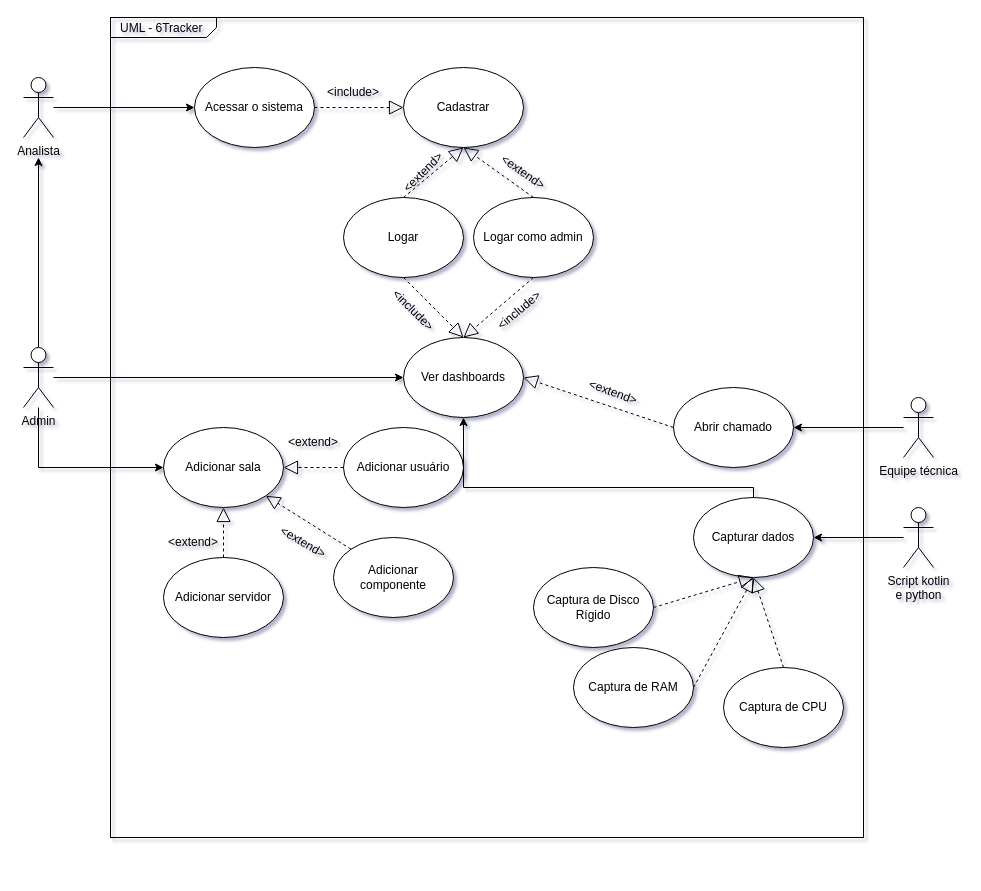
Monitoramento-Dados-Sensiveis/6tracker keeps this draw.io diagram as Site/Documentação/Documentação ALL/UML - 6Tracker.drawio. Above is the earlier version. Source tidied: cells renumbered, new cells numbered last; positions are measured from the earlier drawing's top-left corner, leaving out a move shared by most shapes. Both pictures are drawn from the tidied source at 100%, with x=0, y=0 at pixel (23, 17).
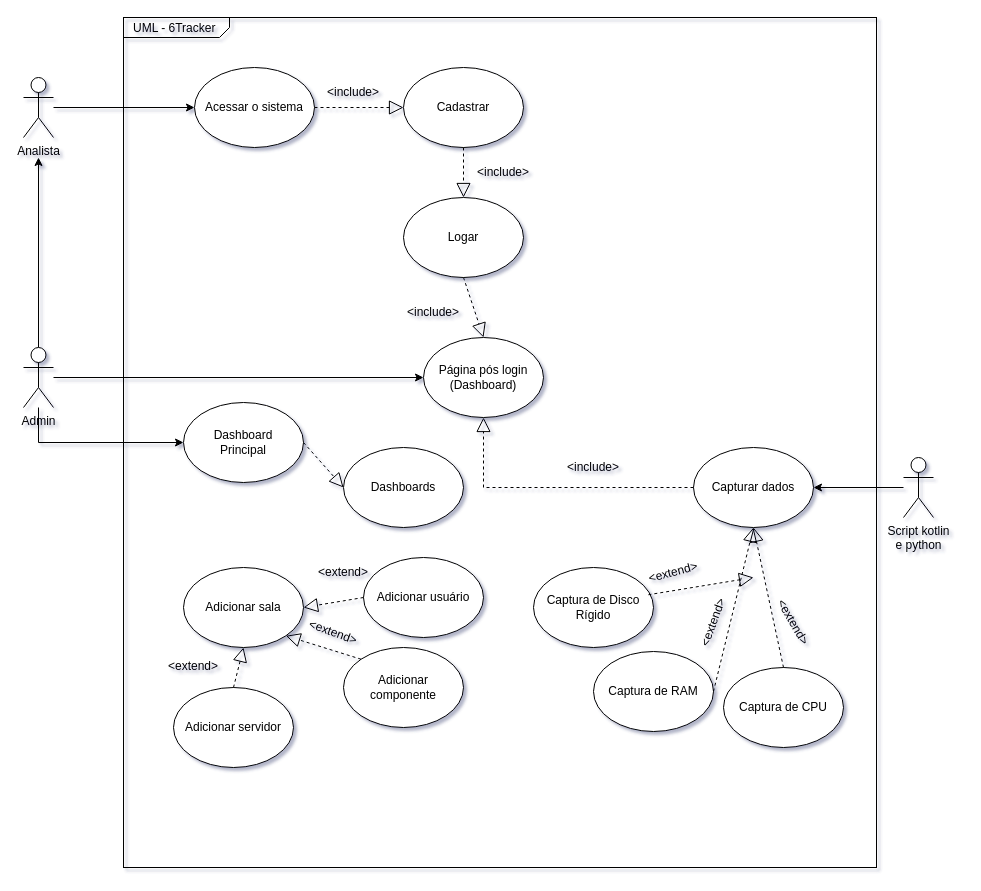
The same page after the edit.

The change refers to these unchanged cells:
```xml
<mxCell id="8" value="Admin" style="shape=umlActor;verticalLabelPosition=bottom;verticalAlign=top;html=1;outlineConnect=0;" parent="1" vertex="1">
  <mxGeometry y="330" width="30" height="60" as="geometry" />
</mxCell>
<mxCell id="10" value="Cadastrar" style="ellipse;whiteSpace=wrap;html=1;" parent="1" vertex="1">
  <mxGeometry x="380" y="50" width="120" height="80" as="geometry" />
</mxCell>
<mxCell id="45" value="Captura de Disco Rígido" style="ellipse;whiteSpace=wrap;html=1;" parent="1" vertex="1">
  <mxGeometry x="510" y="550" width="120" height="80" as="geometry" />
</mxCell>
```

What changed in the source:
```diff
@@
     <mxCell id="2" value="&lt;p style=&quot;margin: 0px ; margin-top: 4px ; margin-left: 10px ; text-align: left&quot;&gt;UML - 6Tracker&lt;/p&gt;" style="html=1;strokeWidth=1;shape=mxgraph.sysml.package;html=1;overflow=fill;whiteSpace=wrap;fillColor=none;gradientColor=none;fontSize=12;align=center;labelX=106.33;" parent="1" vertex="1">
-      <mxGeometry x="87" width="753" height="820" as="geometry" />
+      <mxGeometry x="100" width="753" height="850" as="geometry" />
     </mxCell>
@@
-    <mxCell id="7" style="edgeStyle=orthogonalEdgeStyle;rounded=0;jettySize=auto;html=1;entryX=0;entryY=0.5;entryDx=0;entryDy=0;" parent="1" edge="1" source="8" target="18">
-      <mxGeometry relative="1" as="geometry">
-        <Array as="points">
-          <mxPoint x="15" y="450" />
-        </Array>
-      </mxGeometry>
-    </mxCell>
+    <mxCell id="49" style="edgeStyle=orthogonalEdgeStyle;rounded=0;jettySize=auto;html=1;entryX=0;entryY=0.5;entryDx=0;entryDy=0;" parent="1" edge="1" source="8" target="56">
+      <mxGeometry relative="1" as="geometry">
+        <Array as="points">
+          <mxPoint x="15" y="425" />
+        </Array>
+      </mxGeometry>
+    </mxCell>
@@
     <mxCell id="13" value="Logar" style="ellipse;whiteSpace=wrap;html=1;" parent="1" vertex="1">
-      <mxGeometry x="320" y="180" width="120" height="80" as="geometry" />
+      <mxGeometry x="380" y="180" width="120" height="80" as="geometry" />
     </mxCell>
-    <mxCell id="14" style="endArrow=block;dashed=1;endFill=0;endSize=12;html=1;rounded=0;exitX=0.5;exitY=0;exitDx=0;exitDy=0;" parent="1" edge="1" source="13">
-      <mxGeometry relative="1" as="geometry">
-        <mxPoint x="440" y="130" as="targetPoint" />
-      </mxGeometry>
-    </mxCell>
-    <mxCell id="15" value="Ver dashboards" style="ellipse;whiteSpace=wrap;html=1;" parent="1" vertex="1">
-      <mxGeometry x="380" y="320" width="120" height="80" as="geometry" />
+    <mxCell id="15" value="Página pós login&lt;br&gt;(Dashboard)" style="ellipse;whiteSpace=wrap;html=1;" parent="1" vertex="1">
+      <mxGeometry x="400" y="320" width="120" height="80" as="geometry" />
     </mxCell>
@@
-    <mxCell id="17" value="&amp;lt;include&amp;gt;" style="text;html=1;strokeColor=none;fillColor=none;align=center;verticalAlign=middle;whiteSpace=wrap;rounded=0;rotation=45;" parent="1" vertex="1">
-      <mxGeometry x="360" y="278" width="60" height="30" as="geometry" />
+    <mxCell id="17" value="&amp;lt;include&amp;gt;" style="text;html=1;strokeColor=none;fillColor=none;align=center;verticalAlign=middle;whiteSpace=wrap;rounded=0;rotation=0;" parent="1" vertex="1">
+      <mxGeometry x="380" y="280" width="60" height="30" as="geometry" />
     </mxCell>
     <mxCell id="18" value="Adicionar sala" style="ellipse;whiteSpace=wrap;html=1;" parent="1" vertex="1">
-      <mxGeometry x="140" y="410" width="120" height="80" as="geometry" />
+      <mxGeometry x="160" y="550" width="120" height="80" as="geometry" />
     </mxCell>
     <mxCell id="19" value="Adicionar servidor" style="ellipse;whiteSpace=wrap;html=1;" parent="1" vertex="1">
-      <mxGeometry x="140" y="540" width="120" height="80" as="geometry" />
+      <mxGeometry x="150" y="670" width="120" height="80" as="geometry" />
     </mxCell>
     <mxCell id="20" value="Adicionar componente" style="ellipse;whiteSpace=wrap;html=1;" parent="1" vertex="1">
-      <mxGeometry x="310" y="520" width="120" height="80" as="geometry" />
+      <mxGeometry x="320" y="630" width="120" height="80" as="geometry" />
     </mxCell>
     <mxCell id="21" value="Adicionar usuário" style="ellipse;whiteSpace=wrap;html=1;" parent="1" vertex="1">
-      <mxGeometry x="320" y="410" width="120" height="80" as="geometry" />
+      <mxGeometry x="340" y="540" width="120" height="80" as="geometry" />
     </mxCell>
@@
     <mxCell id="25" value="&amp;lt;extend&amp;gt;" style="text;html=1;strokeColor=none;fillColor=none;align=center;verticalAlign=middle;whiteSpace=wrap;rounded=0;" parent="1" vertex="1">
-      <mxGeometry x="140" y="510" width="60" height="30" as="geometry" />
+      <mxGeometry x="140" y="634" width="60" height="30" as="geometry" />
     </mxCell>
-    <mxCell id="26" value="&amp;lt;extend&amp;gt;" style="text;html=1;strokeColor=none;fillColor=none;align=center;verticalAlign=middle;whiteSpace=wrap;rounded=0;rotation=30;" parent="1" vertex="1">
-      <mxGeometry x="250" y="510" width="60" height="30" as="geometry" />
+    <mxCell id="26" value="&amp;lt;extend&amp;gt;" style="text;html=1;strokeColor=none;fillColor=none;align=center;verticalAlign=middle;whiteSpace=wrap;rounded=0;rotation=20;" parent="1" vertex="1">
+      <mxGeometry x="280" y="600" width="60" height="30" as="geometry" />
     </mxCell>
     <mxCell id="27" value="&amp;lt;extend&amp;gt;" style="text;html=1;strokeColor=none;fillColor=none;align=center;verticalAlign=middle;whiteSpace=wrap;rounded=0;" parent="1" vertex="1">
-      <mxGeometry x="260" y="410" width="60" height="30" as="geometry" />
+      <mxGeometry x="290" y="540" width="60" height="30" as="geometry" />
     </mxCell>
-    <mxCell id="28" style="edgeStyle=orthogonalEdgeStyle;rounded=0;jettySize=auto;html=1;entryX=1;entryY=0.5;entryDx=0;entryDy=0;" parent="1" edge="1" source="29" target="37">
-      <mxGeometry relative="1" as="geometry" />
-    </mxCell>
-    <mxCell id="29" value="Equipe técnica" style="shape=umlActor;verticalLabelPosition=bottom;verticalAlign=top;html=1;outlineConnect=0;" parent="1" vertex="1">
-      <mxGeometry x="880" y="380" width="30" height="60" as="geometry" />
-    </mxCell>
-    <mxCell id="30" value="Logar como admin" style="ellipse;whiteSpace=wrap;html=1;" parent="1" vertex="1">
-      <mxGeometry x="450" y="180" width="120" height="80" as="geometry" />
-    </mxCell>
-    <mxCell id="31" value="&amp;lt;extend&amp;gt;" style="text;html=1;strokeColor=none;fillColor=none;align=center;verticalAlign=middle;whiteSpace=wrap;rounded=0;rotation=20;" parent="1" vertex="1">
-      <mxGeometry x="560" y="360" width="60" height="30" as="geometry" />
-    </mxCell>
-    <mxCell id="32" value="&amp;lt;extend&amp;gt;" style="text;html=1;strokeColor=none;fillColor=none;align=center;verticalAlign=middle;whiteSpace=wrap;rounded=0;rotation=-45;" parent="1" vertex="1">
-      <mxGeometry x="370" y="140" width="60" height="30" as="geometry" />
-    </mxCell>
-    <mxCell id="33" style="endArrow=block;dashed=1;endFill=0;endSize=12;html=1;rounded=0;exitX=0.5;exitY=0;exitDx=0;exitDy=0;entryX=0.5;entryY=1;entryDx=0;entryDy=0;" parent="1" edge="1" source="30" target="10">
-      <mxGeometry relative="1" as="geometry" />
-    </mxCell>
-    <mxCell id="34" value="&amp;lt;extend&amp;gt;" style="text;html=1;strokeColor=none;fillColor=none;align=center;verticalAlign=middle;whiteSpace=wrap;rounded=0;rotation=35;" parent="1" vertex="1">
-      <mxGeometry x="470" y="140" width="60" height="30" as="geometry" />
-    </mxCell>
-    <mxCell id="35" style="endArrow=block;dashed=1;endFill=0;endSize=12;html=1;rounded=0;exitX=0.5;exitY=1;exitDx=0;exitDy=0;" parent="1" edge="1" source="30">
-      <mxGeometry relative="1" as="geometry">
-        <mxPoint x="440" y="320" as="targetPoint" />
-      </mxGeometry>
-    </mxCell>
-    <mxCell id="36" value="&amp;lt;include&amp;gt;" style="text;html=1;strokeColor=none;fillColor=none;align=center;verticalAlign=middle;whiteSpace=wrap;rounded=0;rotation=-40;" parent="1" vertex="1">
-      <mxGeometry x="466" y="278" width="60" height="30" as="geometry" />
+    <mxCell id="36" value="&amp;lt;include&amp;gt;" style="text;html=1;strokeColor=none;fillColor=none;align=center;verticalAlign=middle;whiteSpace=wrap;rounded=0;rotation=0;" parent="1" vertex="1">
+      <mxGeometry x="450" y="140" width="60" height="30" as="geometry" />
     </mxCell>
-    <mxCell id="37" value="Abrir chamado" style="ellipse;whiteSpace=wrap;html=1;" parent="1" vertex="1">
-      <mxGeometry x="650" y="370" width="120" height="80" as="geometry" />
-    </mxCell>
-    <mxCell id="38" style="endArrow=block;dashed=1;endFill=0;endSize=12;html=1;rounded=0;exitX=0;exitY=0.5;exitDx=0;exitDy=0;entryX=1;entryY=0.5;entryDx=0;entryDy=0;" parent="1" edge="1" source="37" target="15">
-      <mxGeometry relative="1" as="geometry" />
-    </mxCell>
@@
     <mxCell id="40" value="Script kotlin &lt;br&gt;e python" style="shape=umlActor;verticalLabelPosition=bottom;verticalAlign=top;html=1;outlineConnect=0;" parent="1" vertex="1">
-      <mxGeometry x="880" y="490" width="30" height="60" as="geometry" />
+      <mxGeometry x="880" y="440" width="30" height="60" as="geometry" />
     </mxCell>
-    <mxCell id="41" style="edgeStyle=orthogonalEdgeStyle;rounded=0;jettySize=auto;html=1;entryX=0.5;entryY=1;entryDx=0;entryDy=0;" parent="1" edge="1" source="42" target="15">
-      <mxGeometry relative="1" as="geometry">
-        <Array as="points">
-          <mxPoint x="730" y="470" />
-          <mxPoint x="440" y="470" />
-        </Array>
-      </mxGeometry>
-    </mxCell>
     <mxCell id="42" value="Capturar dados" style="ellipse;whiteSpace=wrap;html=1;" parent="1" vertex="1">
-      <mxGeometry x="670" y="480" width="120" height="80" as="geometry" />
+      <mxGeometry x="670" y="430" width="120" height="80" as="geometry" />
     </mxCell>
@@
     <mxCell id="44" value="Captura de RAM" style="ellipse;whiteSpace=wrap;html=1;" parent="1" vertex="1">
-      <mxGeometry x="550" y="630" width="120" height="80" as="geometry" />
+      <mxGeometry x="570" y="634" width="120" height="80" as="geometry" />
     </mxCell>
@@
-    <mxCell id="46" style="endArrow=block;dashed=1;endFill=0;endSize=12;html=1;rounded=0;exitX=1;exitY=0.5;exitDx=0;exitDy=0;" parent="1" edge="1" source="45">
-      <mxGeometry relative="1" as="geometry">
-        <mxPoint x="730" y="560" as="targetPoint" />
-      </mxGeometry>
-    </mxCell>
@@
+    <mxCell id="50" style="endArrow=block;dashed=1;endFill=0;endSize=12;html=1;rounded=0;exitX=0.5;exitY=1;exitDx=0;exitDy=0;entryX=0.5;entryY=0;entryDx=0;entryDy=0;" parent="1" edge="1" source="10" target="13">
+      <mxGeometry relative="1" as="geometry" />
+    </mxCell>
+    <mxCell id="51" value="&amp;lt;extend&amp;gt;" style="text;html=1;strokeColor=none;fillColor=none;align=center;verticalAlign=middle;whiteSpace=wrap;rounded=0;rotation=-15;" parent="1" vertex="1">
+      <mxGeometry x="620" y="540" width="60" height="30" as="geometry" />
+    </mxCell>
+    <mxCell id="52" value="&amp;lt;extend&amp;gt;" style="text;html=1;strokeColor=none;fillColor=none;align=center;verticalAlign=middle;whiteSpace=wrap;rounded=0;rotation=-70;" parent="1" vertex="1">
+      <mxGeometry x="660" y="590" width="60" height="30" as="geometry" />
+    </mxCell>
+    <mxCell id="53" value="&amp;lt;extend&amp;gt;" style="text;html=1;strokeColor=none;fillColor=none;align=center;verticalAlign=middle;whiteSpace=wrap;rounded=0;rotation=60;" parent="1" vertex="1">
+      <mxGeometry x="740" y="590" width="60" height="30" as="geometry" />
+    </mxCell>
+    <mxCell id="54" style="endArrow=block;dashed=1;endFill=0;endSize=12;html=1;rounded=0;exitX=0;exitY=1;exitDx=0;exitDy=0;" parent="1" edge="1" source="51">
+      <mxGeometry relative="1" as="geometry">
+        <mxPoint x="730" y="560" as="targetPoint" />
+      </mxGeometry>
+    </mxCell>
+    <mxCell id="41" style="endArrow=block;dashed=1;endFill=0;endSize=12;html=1;rounded=0;entryX=0.5;entryY=1;entryDx=0;entryDy=0;exitX=0;exitY=0.5;exitDx=0;exitDy=0;" parent="1" edge="1" source="42" target="15">
+      <mxGeometry relative="1" as="geometry">
+        <Array as="points">
+          <mxPoint x="460" y="470" />
+        </Array>
+      </mxGeometry>
+    </mxCell>
+    <mxCell id="55" value="&amp;lt;include&amp;gt;" style="text;html=1;strokeColor=none;fillColor=none;align=center;verticalAlign=middle;whiteSpace=wrap;rounded=0;" parent="1" vertex="1">
+      <mxGeometry x="540" y="435" width="60" height="30" as="geometry" />
+    </mxCell>
+    <mxCell id="56" value="Dashboard &lt;br&gt;Principal" style="ellipse;whiteSpace=wrap;html=1;" parent="1" vertex="1">
+      <mxGeometry x="160" y="385" width="120" height="80" as="geometry" />
+    </mxCell>
+    <mxCell id="57" value="Dashboards" style="ellipse;whiteSpace=wrap;html=1;" parent="1" vertex="1">
+      <mxGeometry x="320" y="430" width="120" height="80" as="geometry" />
+    </mxCell>
+    <mxCell id="58" style="endArrow=block;dashed=1;endFill=0;endSize=12;html=1;rounded=0;exitX=1;exitY=0.5;exitDx=0;exitDy=0;entryX=0;entryY=0.5;entryDx=0;entryDy=0;" parent="1" edge="1" source="56" target="57">
+      <mxGeometry relative="1" as="geometry" />
+    </mxCell>
```
